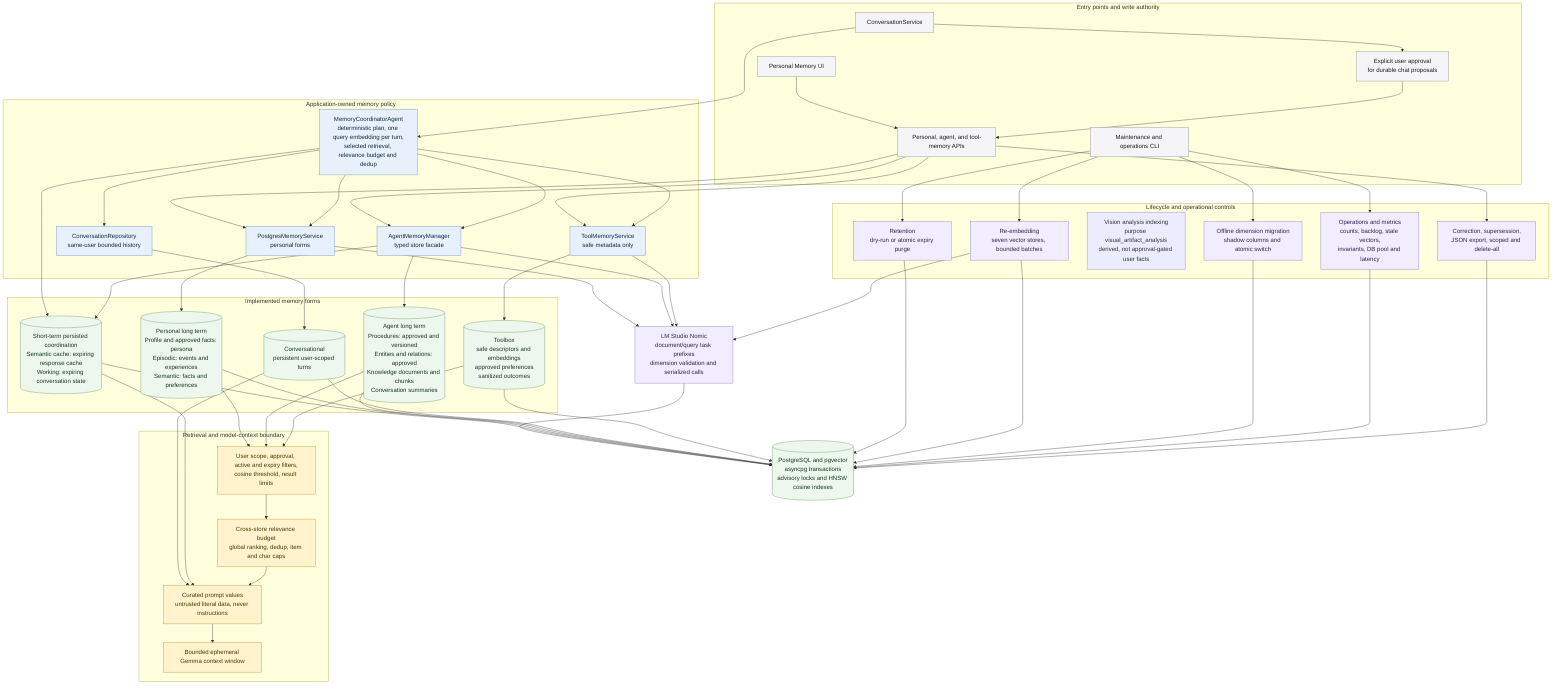
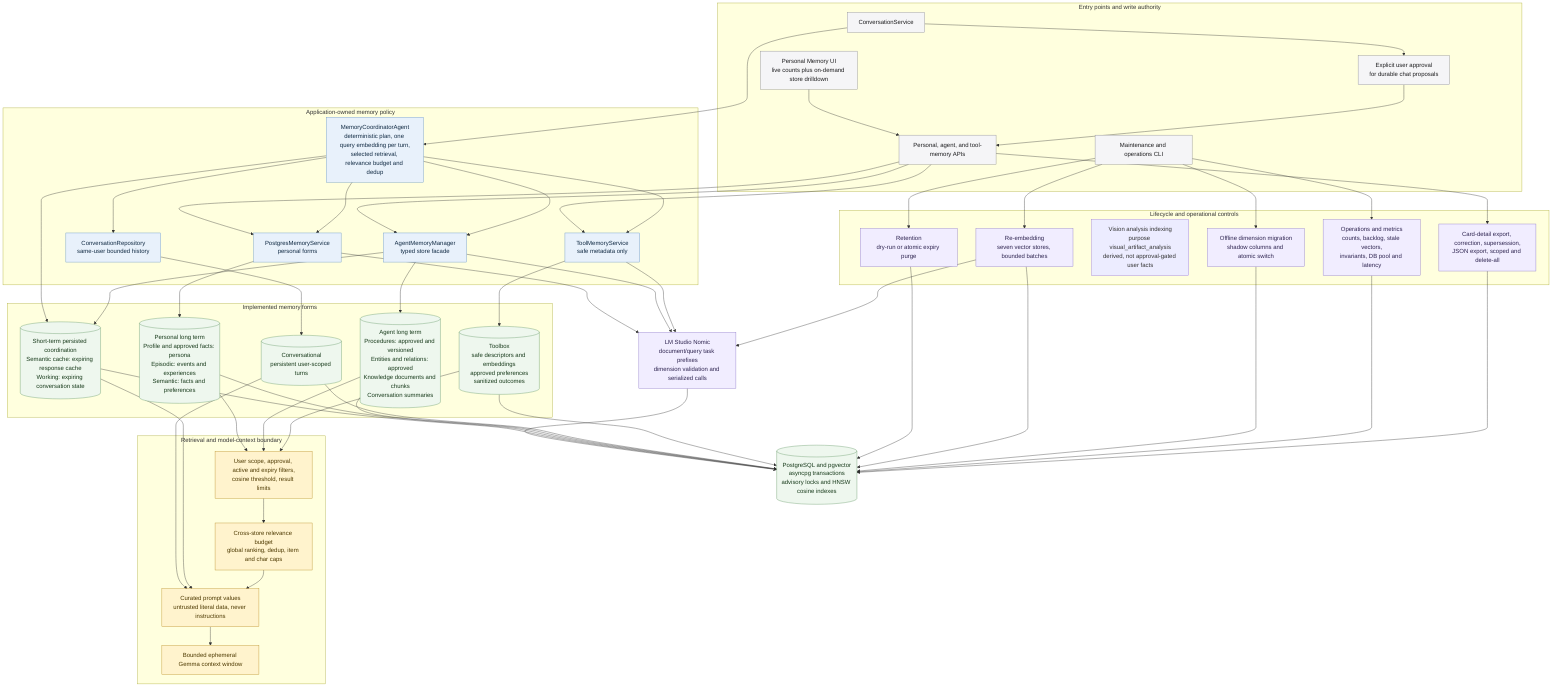
flowchart TB
    subgraph Entry[Entry points and write authority]
        Chat[ConversationService]
-         UI[Personal Memory UI]
+         UI[Personal Memory UI<br/>live counts plus on-demand store drilldown]
        APIs[Personal, agent, and tool-memory APIs]
        Approval[Explicit user approval<br/>for durable chat proposals]
        MaintenanceCLI[Maintenance and operations CLI]
    end

    subgraph Policy[Application-owned memory policy]
        Coordinator[MemoryCoordinatorAgent<br/>deterministic plan, one query embedding per turn,<br/>selected retrieval, relevance budget and dedup]
        PersonalService[PostgresMemoryService<br/>personal forms]
        AgentManager[AgentMemoryManager<br/>typed store facade]
        ToolService[ToolMemoryService<br/>safe metadata only]
        ConversationRepo[ConversationRepository<br/>same-user bounded history]
    end

    subgraph Forms[Implemented memory forms]
        Short[(Short-term persisted coordination<br/>Semantic cache: expiring response cache<br/>Working: expiring conversation state)]
        Personal[(Personal long term<br/>Profile and approved facts: persona<br/>Episodic: events and experiences<br/>Semantic: facts and preferences)]
        Agent[(Agent long term<br/>Procedures: approved and versioned<br/>Entities and relations: approved<br/>Knowledge documents and chunks<br/>Conversation summaries)]
        Conversation[(Conversational<br/>persistent user-scoped turns)]
        Tools[(Toolbox<br/>safe descriptors and embeddings<br/>approved preferences<br/>sanitized outcomes)]
    end

    subgraph Retrieval[Retrieval and model-context boundary]
        VectorPolicy[User scope, approval, active and expiry filters,<br/>cosine threshold, result limits]
        Budget[Cross-store relevance budget<br/>global ranking, dedup, item and char caps]
        Literal[Curated prompt values<br/>untrusted literal data, never instructions]
        Context[Bounded ephemeral Gemma context window]
    end

    subgraph Lifecycle[Lifecycle and operational controls]
        Retention[Retention<br/>dry-run or atomic expiry purge]
        Reembed[Re-embedding<br/>seven vector stores, bounded batches]
        VisionIndex[Vision analysis indexing<br/>purpose visual_artifact_analysis<br/>derived, not approval-gated user facts]
        Dimension[Offline dimension migration<br/>shadow columns and atomic switch]
        Operations[Operations and metrics<br/>counts, backlog, stale vectors,<br/>invariants, DB pool and latency]
-         Control[Correction, supersession,<br/>JSON export, scoped and delete-all]
+         Control[Card-detail export, correction, supersession,<br/>JSON export, scoped and delete-all]
    end

    Embeddings[LM Studio Nomic<br/>document/query task prefixes<br/>dimension validation and serialized calls]
    Database[(PostgreSQL and pgvector<br/>asyncpg transactions<br/>advisory locks and HNSW cosine indexes)]

    Chat --> Coordinator
    Chat --> Approval
    UI --> APIs
    Approval --> APIs
    APIs --> PersonalService
    APIs --> AgentManager
    APIs --> ToolService
    Coordinator --> PersonalService
    Coordinator --> AgentManager
    Coordinator --> ToolService
    Coordinator --> ConversationRepo

    Coordinator --> Short
    PersonalService --> Personal
    AgentManager --> Short
    AgentManager --> Agent
    ConversationRepo --> Conversation
    ToolService --> Tools

    Personal --> VectorPolicy
    Agent --> VectorPolicy
    Conversation --> Literal
    Tools --> VectorPolicy
    Short --> Literal
    VectorPolicy --> Budget
    Budget --> Literal
    Literal --> Context

    PersonalService --> Embeddings
    AgentManager --> Embeddings
    ToolService --> Embeddings
    Embeddings --> Database
    Short --> Database
    Personal --> Database
    Agent --> Database
    Conversation --> Database
    Tools --> Database

    MaintenanceCLI --> Retention
    MaintenanceCLI --> Reembed
    MaintenanceCLI --> Dimension
    MaintenanceCLI --> Operations
    APIs --> Control
    Retention --> Database
    Reembed --> Embeddings
    Reembed --> Database
    Dimension --> Database
    Operations --> Database
    Control --> Database

    classDef entry fill:#f5f5f7,stroke:#86868b,color:#1d1d1f;
    classDef policy fill:#e8f1fb,stroke:#5e8fc4,color:#102a43;
    classDef form fill:#eef7ee,stroke:#5f9562,color:#183b1b;
    classDef retrieval fill:#fff3cd,stroke:#b78b20,color:#4d3900;
    classDef lifecycle fill:#f1edff,stroke:#8872c6,color:#2e2450;
    class Chat,UI,APIs,Approval,MaintenanceCLI entry;
    class Coordinator,PersonalService,AgentManager,ToolService,ConversationRepo policy;
    class Short,Personal,Agent,Conversation,Tools,Database form;
    class VectorPolicy,Budget,Literal,Context retrieval;
    class Retention,Reembed,Dimension,Operations,Control,Embeddings lifecycle;
